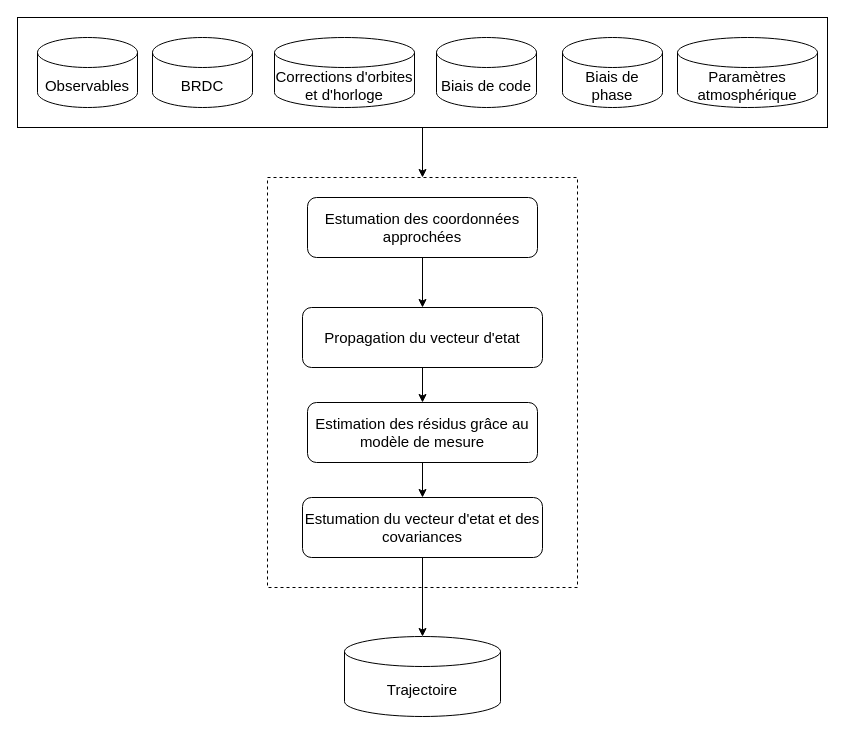
Above: page "PPP" (3 of 5) of KFs_Geo.drawio in Kaloum2/KFs (draw.io), before the change. Source tidied: cells renumbered, new cells numbered last; positions are measured from the earlier drawing's top-left corner, leaving out a move shared by most shapes. Both pictures are drawn from the tidied source at 100%, with x=0, y=0 at pixel (17, 17).
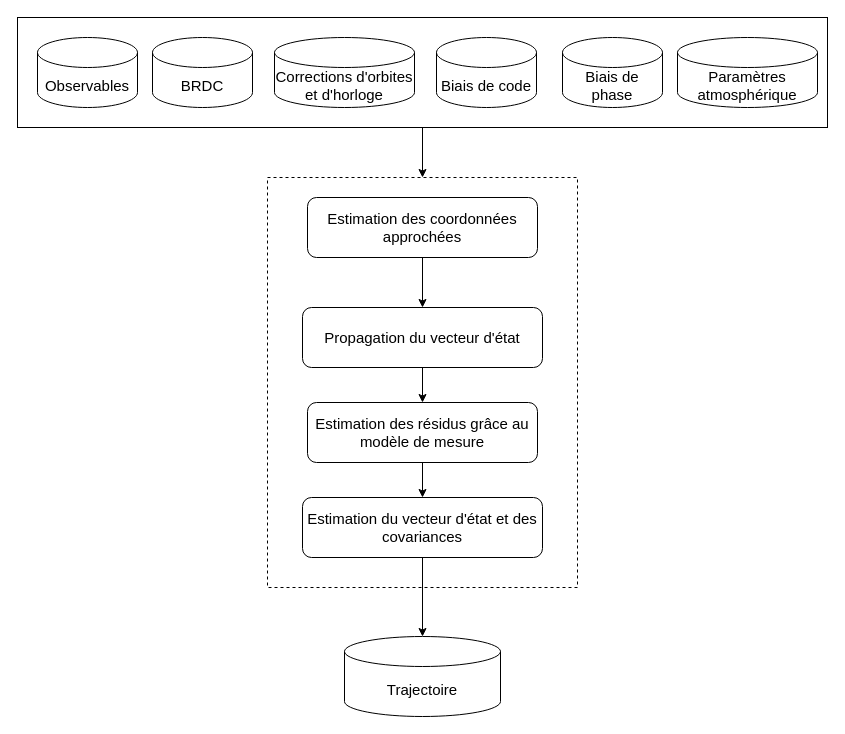
The same page after the edit.

Commit message:
Mettre à jour KFs_Geo.drawio

The edit, as a diff of the source:
```diff
@@
 <mxGraphModel>
   <root>
     <mxCell id="0" />
     <mxCell id="1" parent="0" />
     <mxCell id="2" style="edgeStyle=orthogonalEdgeStyle;rounded=0;jettySize=auto;html=1;exitX=0.5;exitY=1;exitDx=0;exitDy=0;" parent="1" edge="1" source="3" target="10">
       <mxGeometry relative="1" as="geometry" />
     </mxCell>
     <mxCell id="3" style="rounded=0;whiteSpace=wrap;html=1;" parent="1" vertex="1">
       <mxGeometry width="810" height="110" as="geometry" />
     </mxCell>
     <mxCell id="4" value="Observables" style="shape=cylinder3;whiteSpace=wrap;html=1;boundedLbl=1;backgroundOutline=1;size=15;fontSize=15;" parent="1" vertex="1">
       <mxGeometry x="20" y="20" width="100" height="70" as="geometry" />
     </mxCell>
     <mxCell id="5" value="BRDC" style="shape=cylinder3;whiteSpace=wrap;html=1;boundedLbl=1;backgroundOutline=1;size=15;fontSize=15;" parent="1" vertex="1">
       <mxGeometry x="135" y="20" width="100" height="70" as="geometry" />
     </mxCell>
     <mxCell id="6" value="Paramètres atmosphérique" style="shape=cylinder3;whiteSpace=wrap;html=1;boundedLbl=1;backgroundOutline=1;size=15;fontSize=15;" parent="1" vertex="1">
       <mxGeometry x="660" y="20" width="140" height="70" as="geometry" />
     </mxCell>
     <mxCell id="7" value="Corrections d'orbites et d'horloge" style="shape=cylinder3;whiteSpace=wrap;html=1;boundedLbl=1;backgroundOutline=1;size=15;fontSize=15;" parent="1" vertex="1">
       <mxGeometry x="257" y="20" width="140" height="70" as="geometry" />
     </mxCell>
     <mxCell id="8" value="Biais de code" style="shape=cylinder3;whiteSpace=wrap;html=1;boundedLbl=1;backgroundOutline=1;size=15;fontSize=15;" parent="1" vertex="1">
       <mxGeometry x="419" y="20" width="100" height="70" as="geometry" />
     </mxCell>
     <mxCell id="9" value="Biais de phase" style="shape=cylinder3;whiteSpace=wrap;html=1;boundedLbl=1;backgroundOutline=1;size=15;fontSize=15;" parent="1" vertex="1">
       <mxGeometry x="545" y="20" width="100" height="70" as="geometry" />
     </mxCell>
     <mxCell id="10" style="rounded=0;whiteSpace=wrap;html=1;dashed=1;" parent="1" vertex="1">
       <mxGeometry x="250" y="160" width="310" height="410" as="geometry" />
     </mxCell>
     <mxCell id="11" style="edgeStyle=orthogonalEdgeStyle;rounded=0;jettySize=auto;html=1;exitX=0.5;exitY=1;exitDx=0;exitDy=0;entryX=0.5;entryY=0;entryDx=0;entryDy=0;" parent="1" edge="1" source="12" target="14">
       <mxGeometry relative="1" as="geometry" />
     </mxCell>
-    <mxCell id="12" value="Estumation des coordonnées approchées" style="rounded=1;whiteSpace=wrap;html=1;fontSize=15;" parent="1" vertex="1">
+    <mxCell id="12" value="Estimation des coordonnées approchées" style="rounded=1;whiteSpace=wrap;html=1;fontSize=15;" parent="1" vertex="1">
       <mxGeometry x="290" y="180" width="230" height="60" as="geometry" />
     </mxCell>
     <mxCell id="13" style="edgeStyle=orthogonalEdgeStyle;rounded=0;jettySize=auto;html=1;exitX=0.5;exitY=1;exitDx=0;exitDy=0;" parent="1" edge="1" source="14" target="16">
       <mxGeometry relative="1" as="geometry" />
     </mxCell>
-    <mxCell id="14" value="Propagation du vecteur d'etat" style="rounded=1;whiteSpace=wrap;html=1;fontSize=15;" parent="1" vertex="1">
+    <mxCell id="14" value="Propagation du vecteur d'état" style="rounded=1;whiteSpace=wrap;html=1;fontSize=15;" parent="1" vertex="1">
       <mxGeometry x="285" y="290" width="240" height="60" as="geometry" />
     </mxCell>
     <mxCell id="15" style="edgeStyle=orthogonalEdgeStyle;rounded=0;jettySize=auto;html=1;exitX=0.5;exitY=1;exitDx=0;exitDy=0;" parent="1" edge="1" source="16" target="18">
       <mxGeometry relative="1" as="geometry" />
     </mxCell>
     <mxCell id="16" value="Estimation des résidus grâce au modèle de mesure" style="rounded=1;whiteSpace=wrap;html=1;fontSize=15;" parent="1" vertex="1">
       <mxGeometry x="290" y="385" width="230" height="60" as="geometry" />
     </mxCell>
     <mxCell id="17" style="edgeStyle=orthogonalEdgeStyle;rounded=0;jettySize=auto;html=1;exitX=0.5;exitY=1;exitDx=0;exitDy=0;entryX=0.5;entryY=0;entryDx=0;entryDy=0;entryPerimeter=0;" parent="1" edge="1" source="18" target="19">
       <mxGeometry relative="1" as="geometry" />
     </mxCell>
-    <mxCell id="18" value="Estumation du vecteur d'etat et des covariances" style="rounded=1;whiteSpace=wrap;html=1;fontSize=15;" parent="1" vertex="1">
+    <mxCell id="18" value="Estimation du vecteur d'état et des covariances" style="rounded=1;whiteSpace=wrap;html=1;fontSize=15;" parent="1" vertex="1">
       <mxGeometry x="285" y="480" width="240" height="60" as="geometry" />
     </mxCell>
     <mxCell id="19" value="Trajectoire" style="shape=cylinder3;whiteSpace=wrap;html=1;boundedLbl=1;backgroundOutline=1;size=15;fontSize=15;" parent="1" vertex="1">
       <mxGeometry x="327" y="619" width="156" height="80" as="geometry" />
     </mxCell>
   </root>
 </mxGraphModel>
```
